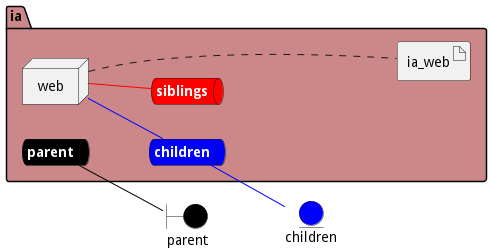
The PlantUML diagram docs/edgemere/ia/envs/test/deployment.png in madajaju/edgemere, before a commit. Source of this version:
```plantuml
@startuml

left to right direction


boundary parent #black


entity children #blue




package "ia" #cc8888 {
    queue parentnet #black [
            <b><color:white>parent</color></b>
    ]

    parentnet -[#black]- parent

    queue childrennet #blue [
            <b><color:white>children</color></b>
    ]

    childrennet -[#blue]- children

    queue siblingsnet #red [
            <b><color:white>siblings</color></b>
    ]


node "web" as webService


        artifact "ia_web" as ia_webimage

}

webService -[#blue]- childrennet

webService -[#red]- siblingsnet
webService .... ia_webimage


@enduml
```
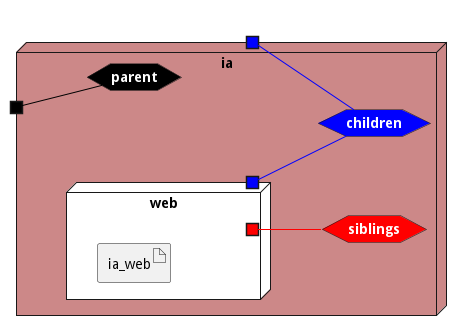
The same diagram one commit later.

Diff of the diagram source:
```diff
@@ -3,43 +3,45 @@
 left to right direction
 
 
-boundary parent #black
-
-
-entity children #blue
 
 
 
 
-package "ia" #cc8888 {
-    queue parentnet #black [
+
+node "ia" #cc8888 {
+
+
+    hexagon parentnet #black [
             <b><color:white>parent</color></b>
     ]
 
-    parentnet -[#black]- parent
+    portin " " as parentnetPortIn #black
+    parentnetPortIn -[#black]- parentnet
 
-    queue childrennet #blue [
+    hexagon childrennet #blue [
             <b><color:white>children</color></b>
     ]
 
-    childrennet -[#blue]- children
+    portout " " as childrennetPortOut #blue
+    childrennet -[#blue]- childrennetPortOut
 
-    queue siblingsnet #red [
+    hexagon siblingsnet #red [
             <b><color:white>siblings</color></b>
     ]
 
 
-node "web" as webService
+node "web" as webService #white {
+    portOut " " as webServicechildrennet #blue
+   webServicechildrennet -[#blue]- childrennet
+       portOut " " as webServicesiblingsnet #red
+   webServicesiblingsnet -[#red]- siblingsnet
 
 
-        artifact "ia_web" as ia_webimage
+    artifact "ia_web" as ia_webimage
 
 }
 
-webService -[#blue]- childrennet
-
-webService -[#red]- siblingsnet
-webService .... ia_webimage
+}
 
 
 @enduml
```
